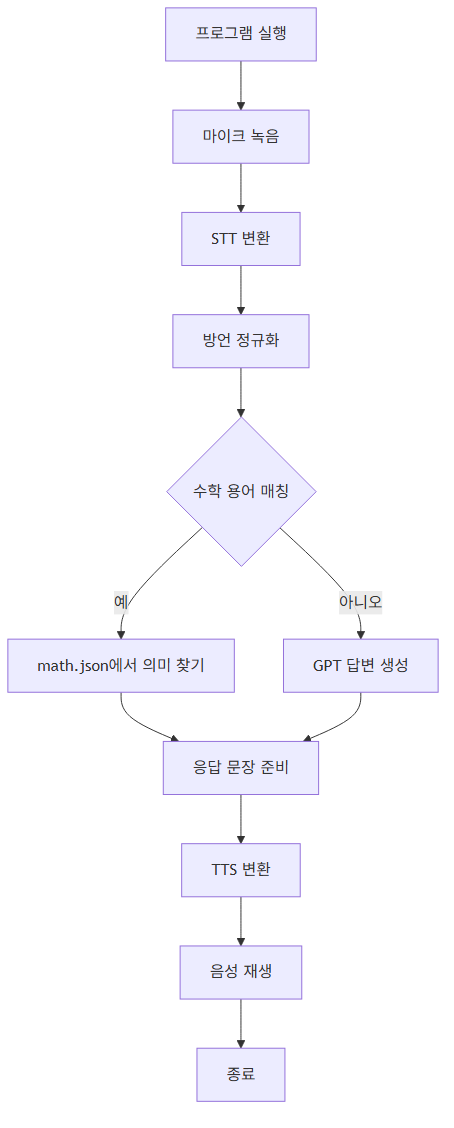
seongui2030/mathtutor-student keeps this Mermaid diagram as assets/voiceai_flowchart.png. Above is the earlier version. Its source is kept beside it as assets/voiceai_flowchart.mmd. The source it was exported from:
```mermaid
flowchart TD
    A[프로그램 실행] --> B[마이크 녹음]
    B --> C[STT 변환]
    C --> D[방언 정규화]
    D --> E{수학 용어 매칭}
    E -- 예 --> F[math.json에서 의미 찾기]
    E -- 아니오 --> G[GPT 답변 생성]
    F --> H[응답 문장 준비]
    G --> H
    H --> I[TTS 변환]
    I --> J[음성 재생]
    J --> K[종료]
```
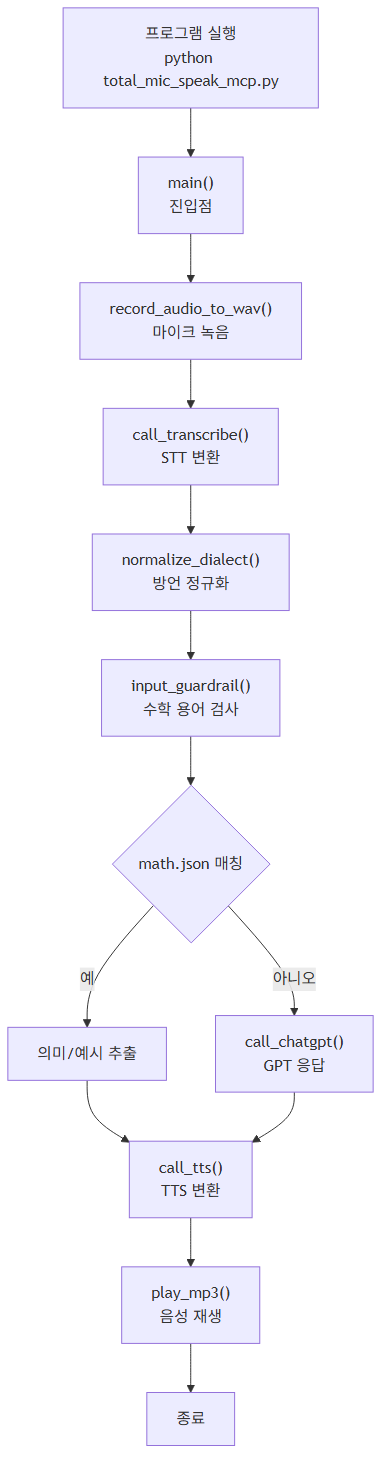
Later version of the same file.

What changed in the source:
```diff
@@ -1,12 +1,13 @@
 flowchart TD
-    A[프로그램 실행] --> B[마이크 녹음]
-    B --> C[STT 변환]
-    C --> D[방언 정규화]
-    D --> E{수학 용어 매칭}
-    E -- 예 --> F[math.json에서 의미 찾기]
-    E -- 아니오 --> G[GPT 답변 생성]
-    F --> H[응답 문장 준비]
-    G --> H
-    H --> I[TTS 변환]
-    I --> J[음성 재생]
-    J --> K[종료]
+    A["프로그램 실행<br/>python total_mic_speak_mcp.py"] --> B["main()\n진입점"]
+    B --> C["record_audio_to_wav()\n마이크 녹음"]
+    C --> D["call_transcribe()\nSTT 변환"]
+    D --> E["normalize_dialect()\n방언 정규화"]
+    E --> F["input_guardrail()\n수학 용어 검사"]
+    F --> G{"math.json 매칭"}
+    G -- 예 --> H["의미/예시 추출"]
+    G -- 아니오 --> I["call_chatgpt()\nGPT 응답"]
+    H --> J["call_tts()\nTTS 변환"]
+    I --> J
+    J --> K["play_mp3()\n음성 재생"]
+    K --> L["종료"]
```
